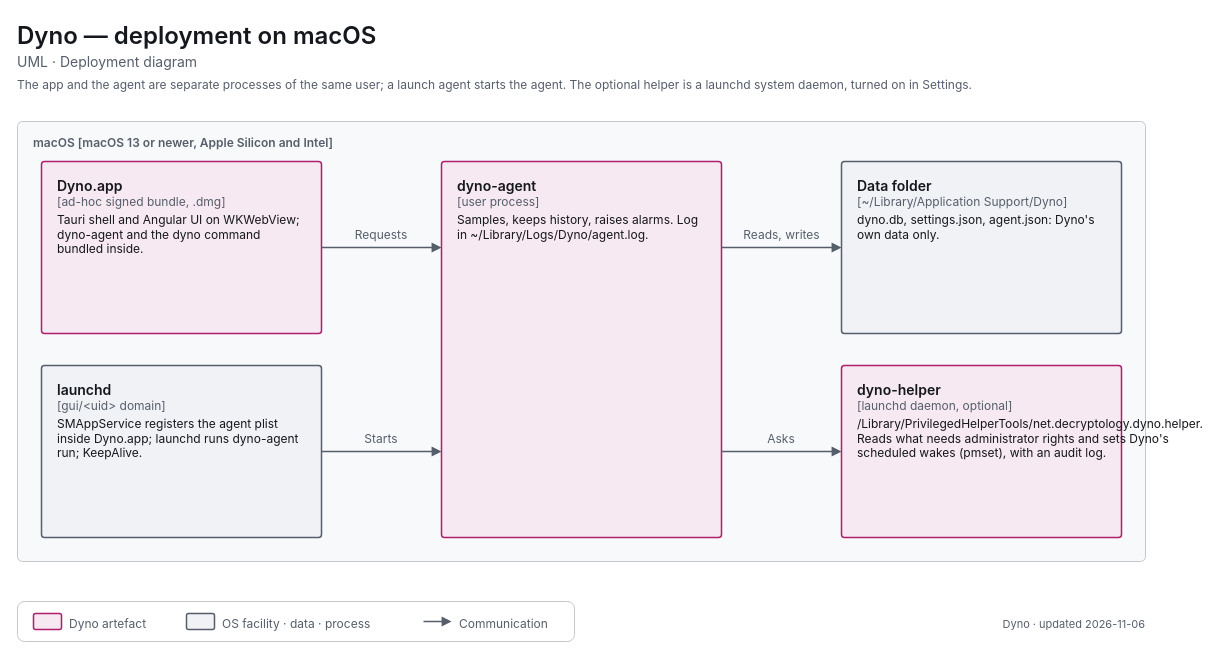
Above: apps/dyno/diagrams/uml-deployment-macos.drawio in decryp7/paddock (draw.io), before the change. Source tidied: cells renumbered, new cells numbered last; positions are measured from the earlier drawing's top-left corner, leaving out a move shared by most shapes. Both pictures are drawn from the tidied source at 100%, with x=0, y=0 at pixel (17, 17).
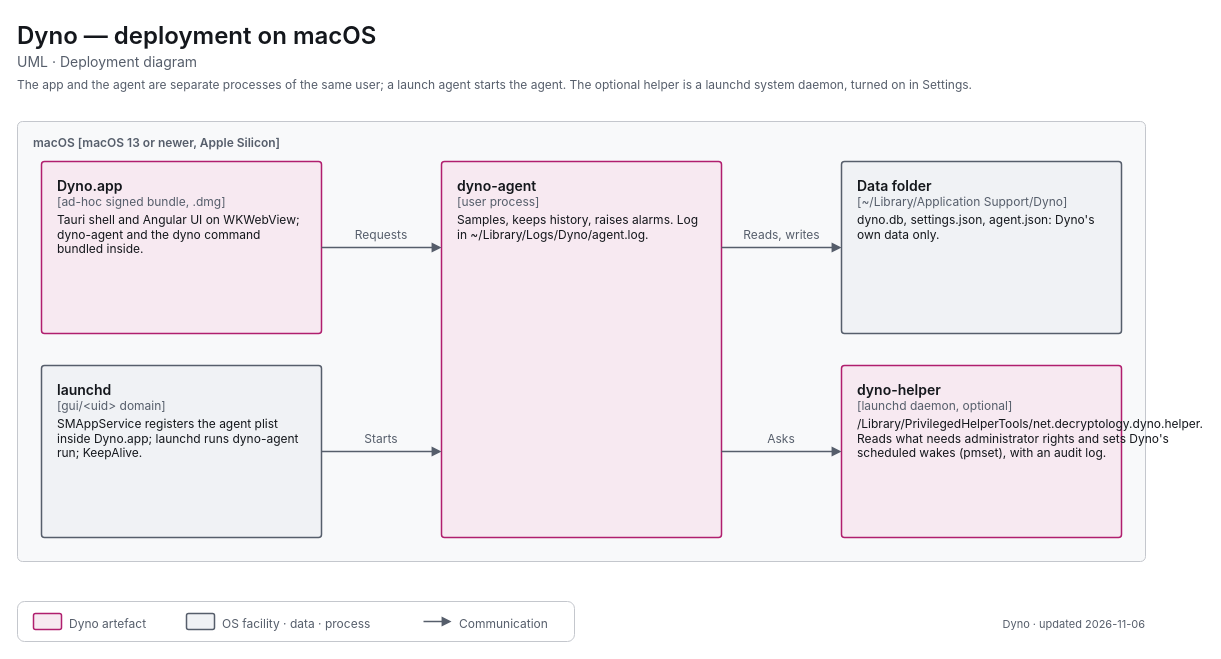
After the change.

The edit, as a diff of the source:
```diff
@@
-    <mxCell id="5" value="&lt;span style=&quot;font-size:12px;font-weight:600&quot;&gt;macOS [macOS 13 or newer, Apple Silicon and Intel]&lt;/span&gt;" style="html=1;whiteSpace=wrap;fontFamily=-apple-system,BlinkMacSystemFont,Segoe UI,system-ui,sans-serif;fontSize=12;fontColor=light-dark(#14171C,#ECEEF1);rounded=1;absoluteArcSize=1;arcSize=10;strokeWidth=1;strokeColor=light-dark(#C4C7CD,#353A42);fillColor=light-dark(#F8F9FA,#121418);align=left;verticalAlign=top;spacingLeft=14;spacingTop=8;fontColor=light-dark(#565E6B,#A0A7B2);" parent="1" vertex="1">
+    <mxCell id="5" value="&lt;span style=&quot;font-size:12px;font-weight:600&quot;&gt;macOS [macOS 13 or newer, Apple Silicon]&lt;/span&gt;" style="html=1;whiteSpace=wrap;fontFamily=-apple-system,BlinkMacSystemFont,Segoe UI,system-ui,sans-serif;fontSize=12;fontColor=light-dark(#14171C,#ECEEF1);rounded=1;absoluteArcSize=1;arcSize=10;strokeWidth=1;strokeColor=light-dark(#C4C7CD,#353A42);fillColor=light-dark(#F8F9FA,#121418);align=left;verticalAlign=top;spacingLeft=14;spacingTop=8;fontColor=light-dark(#565E6B,#A0A7B2);" parent="1" vertex="1">
       <mxGeometry y="104" width="1128" height="440" as="geometry" />
     </mxCell>
```
